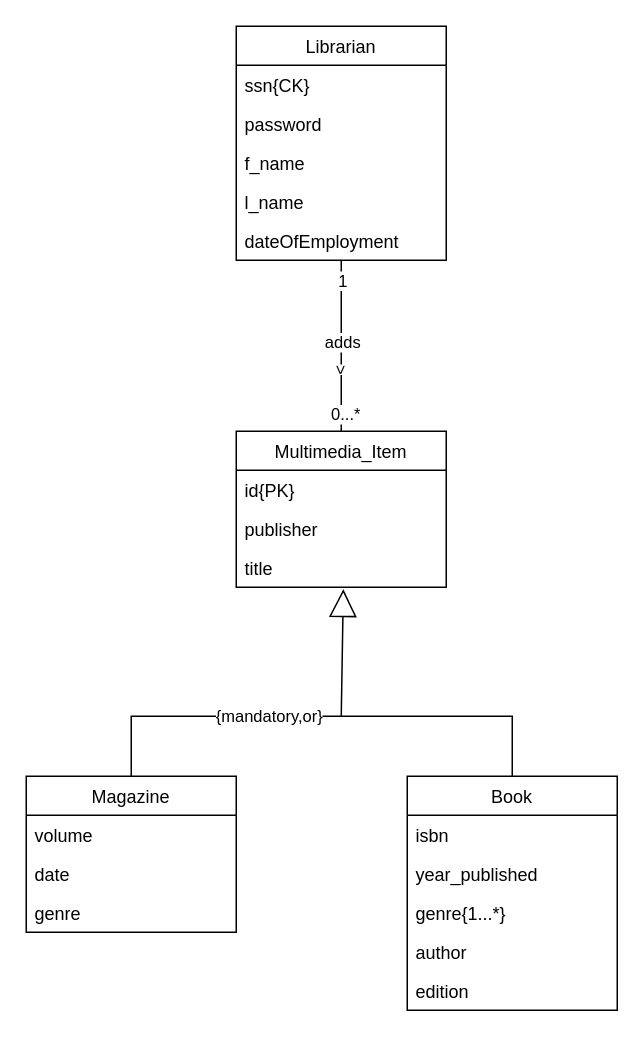
Above: Database/remove_MulltimediaItems.drawio in RafaelSanchezCordoba/Semester-Project-Library (draw.io), before the change. Source tidied: cells renumbered, new cells numbered last; positions are measured from the earlier drawing's top-left corner, leaving out a move shared by most shapes. Both pictures are drawn from the tidied source at 150%, with x=0, y=0 at pixel (26, 26).
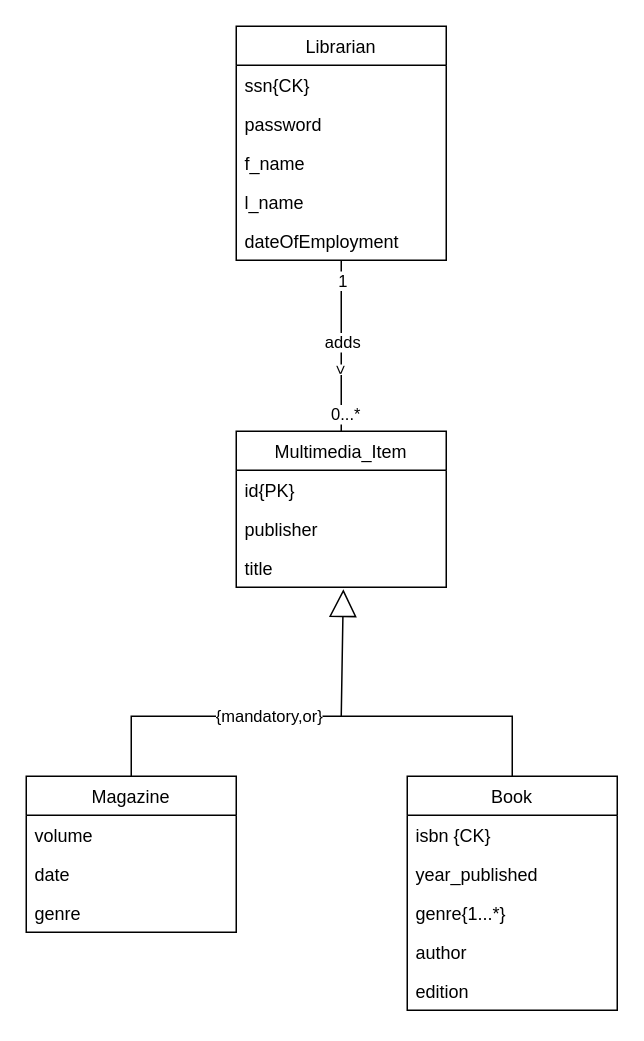
After the change.

Unchanged cells that the change refers to:
```xml
<mxCell id="16" value="Book" style="swimlane;fontStyle=0;horizontal=1;startSize=26;fillColor=none;" parent="1" vertex="1">
  <mxGeometry x="254" y="500" width="140" height="156" as="geometry" />
</mxCell>
```

Diff of the diagram source:
```diff
@@
-    <mxCell id="17" value="isbn" style="text;strokeColor=none;fillColor=none;align=left;verticalAlign=top;spacingLeft=4;spacingRight=4;overflow=hidden;" parent="16" vertex="1">
+    <mxCell id="17" value="isbn {CK}" style="text;strokeColor=none;fillColor=none;align=left;verticalAlign=top;spacingLeft=4;spacingRight=4;overflow=hidden;" parent="16" vertex="1">
       <mxGeometry y="26" width="140" height="26" as="geometry" />
     </mxCell>
```
